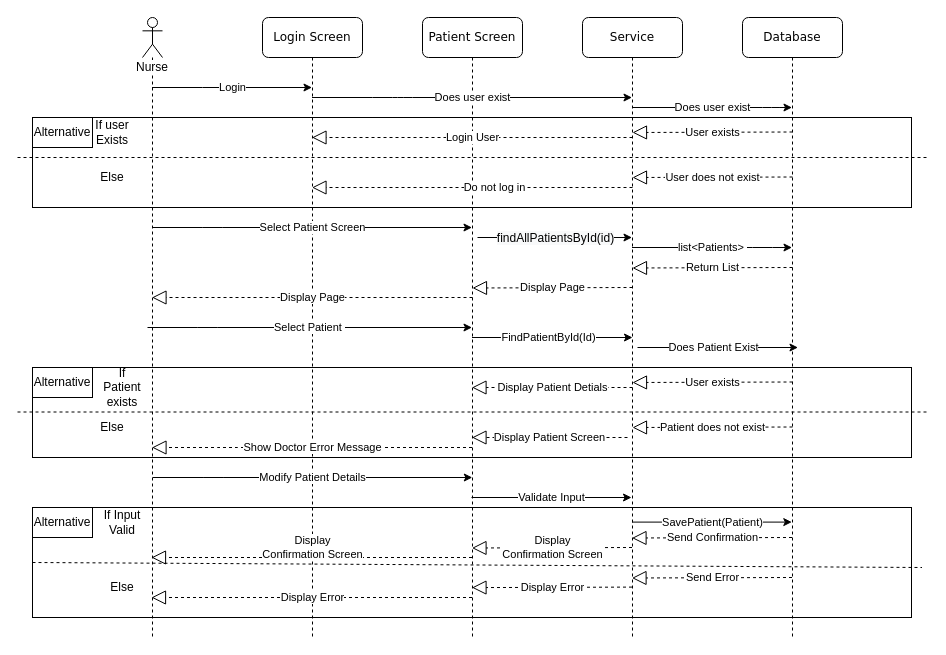
The draw.io diagram page "Modify Patient Record" (2 of 5) of Sequence/Nurse Sequence Diagram.drawio in mattdear/circle-lab-project, before the edit. Source tidied: cells renumbered, new cells numbered last; positions are measured from the earlier drawing's top-left corner, leaving out a move shared by most shapes. Both pictures are drawn from the tidied source at 100%, with x=0, y=0 at pixel (17, 17).
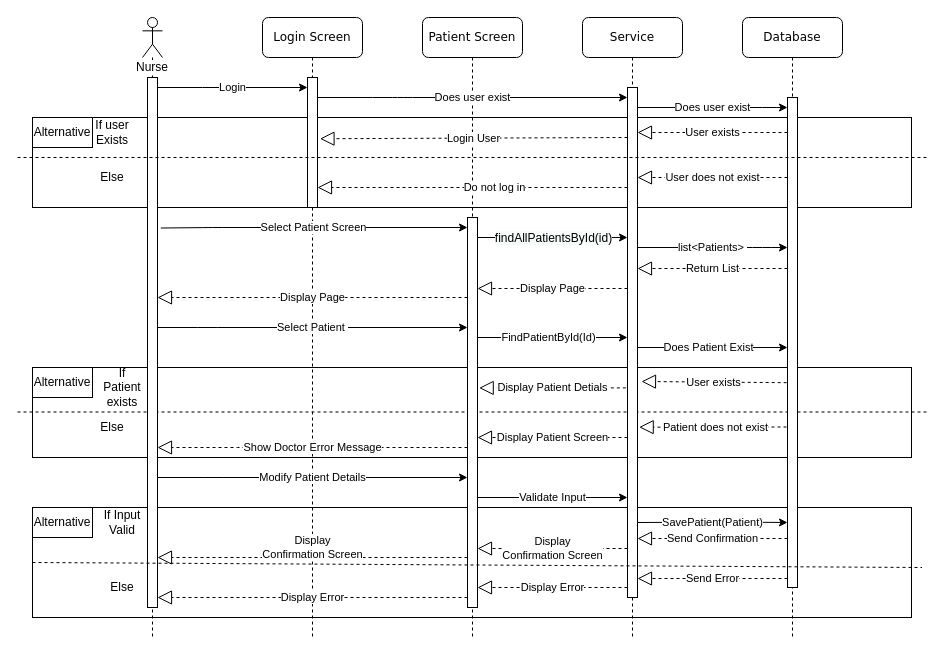
The same page after the edit.

Unchanged cells that the change refers to:
```xml
<mxCell id="12" value="Patient Screen" style="shape=umlLifeline;perimeter=lifelinePerimeter;whiteSpace=wrap;html=1;outlineConnect=0;rounded=1;shadow=0;comic=0;labelBackgroundColor=none;strokeWidth=1;fontFamily=Verdana;fontSize=12;align=center;" parent="1" vertex="1">
  <mxGeometry x="405" width="100" height="620" as="geometry" />
</mxCell>
<mxCell id="13" value="Nurse" style="shape=umlLifeline;participant=umlActor;perimeter=lifelinePerimeter;whiteSpace=wrap;html=1;verticalAlign=top;spacingTop=36;labelBackgroundColor=#ffffff;outlineConnect=0;" parent="1" vertex="1">
  <mxGeometry x="125" width="20" height="620" as="geometry" />
</mxCell>
<mxCell id="14" value="Login Screen" style="shape=umlLifeline;perimeter=lifelinePerimeter;whiteSpace=wrap;html=1;outlineConnect=0;rounded=1;shadow=0;comic=0;labelBackgroundColor=none;strokeWidth=1;fontFamily=Verdana;fontSize=12;align=center;" parent="1" vertex="1">
  <mxGeometry x="245" width="100" height="620" as="geometry" />
</mxCell>
<mxCell id="15" value="Service" style="shape=umlLifeline;perimeter=lifelinePerimeter;whiteSpace=wrap;html=1;outlineConnect=0;rounded=1;shadow=0;comic=0;labelBackgroundColor=none;strokeWidth=1;fontFamily=Verdana;fontSize=12;align=center;" parent="1" vertex="1">
  <mxGeometry x="565" width="100" height="620" as="geometry" />
</mxCell>
<mxCell id="16" value="Database" style="shape=umlLifeline;perimeter=lifelinePerimeter;whiteSpace=wrap;html=1;outlineConnect=0;rounded=1;shadow=0;comic=0;labelBackgroundColor=none;strokeWidth=1;fontFamily=Verdana;fontSize=12;align=center;" parent="1" vertex="1">
  <mxGeometry x="725" width="100" height="620" as="geometry" />
</mxCell>
```

The edit, as a diff of the source:
```diff
@@
-    <mxCell id="3" value="User exists" style="endArrow=block;dashed=1;endFill=0;endSize=12;html=1;" parent="1" edge="1">
+    <mxCell id="3" value="User exists" style="endArrow=block;dashed=1;endFill=0;endSize=12;html=1;exitX=-0.083;exitY=0.582;exitDx=0;exitDy=0;exitPerimeter=0;" parent="1" edge="1" source="57">
       <mxGeometry relative="1" as="geometry">
-        <mxPoint x="775" y="364.5" as="sourcePoint" />
-        <mxPoint x="615" y="365" as="targetPoint" />
+        <mxPoint x="624" y="364" as="targetPoint" />
       </mxGeometry>
     </mxCell>
@@
-    <mxCell id="6" value="Display Patient Detials" style="endArrow=block;dashed=1;endFill=0;endSize=12;html=1;" parent="1" edge="1" target="12">
-      <mxGeometry relative="1" as="geometry">
-        <mxPoint x="615" y="370" as="sourcePoint" />
-      </mxGeometry>
+    <mxCell id="6" value="Display Patient Detials" style="endArrow=block;dashed=1;endFill=0;endSize=12;html=1;entryX=1.167;entryY=0.437;entryDx=0;entryDy=0;entryPerimeter=0;exitX=-0.167;exitY=0.589;exitDx=0;exitDy=0;exitPerimeter=0;" parent="1" edge="1" source="56" target="53">
+      <mxGeometry relative="1" as="geometry" />
     </mxCell>
@@
-    <mxCell id="9" value="Patient does not exist" style="endArrow=block;dashed=1;endFill=0;endSize=12;html=1;" parent="1" edge="1">
+    <mxCell id="9" value="Patient does not exist" style="endArrow=block;dashed=1;endFill=0;endSize=12;html=1;entryX=1.167;entryY=0.666;entryDx=0;entryDy=0;entryPerimeter=0;" parent="1" edge="1" target="56">
       <mxGeometry relative="1" as="geometry">
         <mxPoint x="775" y="409.5" as="sourcePoint" />
-        <mxPoint x="615" y="410" as="targetPoint" />
       </mxGeometry>
     </mxCell>
@@
+    <mxCell id="53" style="html=1;points=[];perimeter=orthogonalPerimeter;fillColor=#ffffff;" parent="12" vertex="1">
+      <mxGeometry x="45" y="200" width="10" height="390" as="geometry" />
+    </mxCell>
@@
+    <mxCell id="54" style="html=1;points=[];perimeter=orthogonalPerimeter;fillColor=#ffffff;" parent="13" vertex="1">
+      <mxGeometry x="5" y="60" width="10" height="530" as="geometry" />
+    </mxCell>
@@
+    <mxCell id="55" style="html=1;points=[];perimeter=orthogonalPerimeter;fillColor=#ffffff;" parent="14" vertex="1">
+      <mxGeometry x="45" y="60" width="10" height="130" as="geometry" />
+    </mxCell>
@@
+    <mxCell id="56" style="html=1;points=[];perimeter=orthogonalPerimeter;fillColor=#ffffff;" parent="15" vertex="1">
+      <mxGeometry x="45" y="70" width="10" height="510" as="geometry" />
+    </mxCell>
@@
+    <mxCell id="57" style="html=1;points=[];perimeter=orthogonalPerimeter;fillColor=#ffffff;" parent="16" vertex="1">
+      <mxGeometry x="45" y="80" width="10" height="490" as="geometry" />
+    </mxCell>
-    <mxCell id="17" value="Login" style="endArrow=classic;html=1;" parent="1" edge="1" source="13" target="14">
+    <mxCell id="17" value="Login" style="endArrow=classic;html=1;" parent="1" edge="1">
       <mxGeometry relative="1" as="geometry">
+        <mxPoint x="140" y="70" as="sourcePoint" />
+        <mxPoint x="290" y="70" as="targetPoint" />
         <Array as="points">
           <mxPoint x="195" y="70" />
         </Array>
       </mxGeometry>
     </mxCell>
-    <mxCell id="18" value="Does user exist" style="endArrow=classic;html=1;" parent="1" edge="1" source="14" target="15">
+    <mxCell id="18" value="Does user exist" style="endArrow=classic;html=1;" parent="1" edge="1">
       <mxGeometry relative="1" as="geometry">
+        <mxPoint x="300" y="80" as="sourcePoint" />
+        <mxPoint x="610" y="80" as="targetPoint" />
         <Array as="points">
           <mxPoint x="365" y="80" />
           <mxPoint x="385" y="80" />
         </Array>
       </mxGeometry>
     </mxCell>
-    <mxCell id="19" value="Does user exist" style="endArrow=classic;html=1;" parent="1" edge="1" source="15" target="16">
+    <mxCell id="19" value="Does user exist" style="endArrow=classic;html=1;" parent="1" edge="1">
       <mxGeometry relative="1" as="geometry">
+        <mxPoint x="620" y="90" as="sourcePoint" />
+        <mxPoint x="770" y="90" as="targetPoint" />
         <Array as="points">
           <mxPoint x="715" y="90" />
           <mxPoint x="755" y="90" />
         </Array>
       </mxGeometry>
     </mxCell>
     <mxCell id="20" value="User exists" style="endArrow=block;dashed=1;endFill=0;endSize=12;html=1;" parent="1" edge="1">
       <mxGeometry relative="1" as="geometry">
-        <mxPoint x="775" y="114.5" as="sourcePoint" />
-        <mxPoint x="615" y="115" as="targetPoint" />
+        <mxPoint x="770" y="115" as="sourcePoint" />
+        <mxPoint x="620" y="115" as="targetPoint" />
       </mxGeometry>
     </mxCell>
@@
-    <mxCell id="23" value="Login User" style="endArrow=block;dashed=1;endFill=0;endSize=12;html=1;" parent="1" edge="1" target="14">
+    <mxCell id="23" value="Login User" style="endArrow=block;dashed=1;endFill=0;endSize=12;html=1;entryX=1.25;entryY=0.471;entryDx=0;entryDy=0;entryPerimeter=0;" parent="1" edge="1" target="55">
       <mxGeometry relative="1" as="geometry">
-        <mxPoint x="615" y="120" as="sourcePoint" />
+        <mxPoint x="610" y="120" as="sourcePoint" />
       </mxGeometry>
     </mxCell>
@@
     <mxCell id="26" value="User does not exist" style="endArrow=block;dashed=1;endFill=0;endSize=12;html=1;" parent="1" edge="1">
       <mxGeometry relative="1" as="geometry">
-        <mxPoint x="775" y="159.5" as="sourcePoint" />
-        <mxPoint x="615" y="160" as="targetPoint" />
+        <mxPoint x="770" y="160" as="sourcePoint" />
+        <mxPoint x="620" y="160" as="targetPoint" />
       </mxGeometry>
     </mxCell>
-    <mxCell id="27" value="Do not log in" style="endArrow=block;dashed=1;endFill=0;endSize=12;html=1;" parent="1" edge="1" target="14">
+    <mxCell id="27" value="Do not log in" style="endArrow=block;dashed=1;endFill=0;endSize=12;html=1;" parent="1" edge="1">
       <mxGeometry x="-0.14" relative="1" as="geometry">
-        <mxPoint x="615" y="170" as="sourcePoint" />
+        <mxPoint x="610" y="170" as="sourcePoint" />
+        <mxPoint x="300" y="170" as="targetPoint" />
       </mxGeometry>
     </mxCell>
-    <mxCell id="28" value="Select Patient Screen" style="endArrow=classic;html=1;" parent="1" edge="1" target="12">
+    <mxCell id="28" value="Select Patient Screen" style="endArrow=classic;html=1;exitX=1.333;exitY=0.284;exitDx=0;exitDy=0;exitPerimeter=0;" parent="1" edge="1" source="54">
       <mxGeometry relative="1" as="geometry">
-        <mxPoint x="135" y="210" as="sourcePoint" />
+        <mxPoint x="450" y="210" as="targetPoint" />
         <Array as="points">
           <mxPoint x="195.3" y="210" />
         </Array>
       </mxGeometry>
     </mxCell>
-    <mxCell id="29" style="endArrow=classic;html=1;" parent="1" edge="1" target="15">
+    <mxCell id="29" style="endArrow=classic;html=1;" parent="1" edge="1">
       <mxGeometry relative="1" as="geometry">
         <mxPoint x="460" y="220" as="sourcePoint" />
+        <mxPoint x="610" y="220" as="targetPoint" />
         <Array as="points">
           <mxPoint x="460" y="220" />
         </Array>
       </mxGeometry>
     </mxCell>
@@
-    <mxCell id="31" value="list&amp;lt;Patients&amp;gt;&amp;nbsp;" style="endArrow=classic;html=1;" parent="1" edge="1" source="15" target="16">
+    <mxCell id="31" value="list&amp;lt;Patients&amp;gt;&amp;nbsp;" style="endArrow=classic;html=1;" parent="1" edge="1">
       <mxGeometry relative="1" as="geometry">
+        <mxPoint x="620" y="230" as="sourcePoint" />
+        <mxPoint x="770" y="230" as="targetPoint" />
         <Array as="points">
           <mxPoint x="745" y="230" />
         </Array>
       </mxGeometry>
     </mxCell>
     <mxCell id="32" value="Return List" style="endArrow=block;dashed=1;endFill=0;endSize=12;html=1;" parent="1" edge="1">
       <mxGeometry relative="1" as="geometry">
-        <mxPoint x="775" y="250" as="sourcePoint" />
-        <mxPoint x="615" y="250.5" as="targetPoint" />
+        <mxPoint x="770" y="251" as="sourcePoint" />
+        <mxPoint x="620" y="251" as="targetPoint" />
       </mxGeometry>
     </mxCell>
     <mxCell id="33" value="Display Page" style="endArrow=block;dashed=1;endFill=0;endSize=12;html=1;" parent="1" edge="1">
       <mxGeometry relative="1" as="geometry">
-        <mxPoint x="615" y="270" as="sourcePoint" />
-        <mxPoint x="455" y="270.5" as="targetPoint" />
+        <mxPoint x="610" y="271" as="sourcePoint" />
+        <mxPoint x="460" y="271" as="targetPoint" />
       </mxGeometry>
     </mxCell>
-    <mxCell id="34" value="Display Page" style="endArrow=block;dashed=1;endFill=0;endSize=12;html=1;" parent="1" edge="1" target="13">
+    <mxCell id="34" value="Display Page" style="endArrow=block;dashed=1;endFill=0;endSize=12;html=1;" parent="1" edge="1">
       <mxGeometry relative="1" as="geometry">
-        <mxPoint x="455" y="280" as="sourcePoint" />
+        <mxPoint x="450" y="280" as="sourcePoint" />
+        <mxPoint x="140" y="280" as="targetPoint" />
       </mxGeometry>
     </mxCell>
     <mxCell id="35" value="Modify Patient Details" style="endArrow=classic;html=1;" parent="1" edge="1">
       <mxGeometry relative="1" as="geometry">
-        <mxPoint x="135.2" y="460" as="sourcePoint" />
-        <mxPoint x="454.8" y="460" as="targetPoint" />
+        <mxPoint x="140" y="460" as="sourcePoint" />
+        <mxPoint x="450" y="460" as="targetPoint" />
         <Array as="points">
           <mxPoint x="195.6" y="460" />
         </Array>
       </mxGeometry>
     </mxCell>
     <mxCell id="36" value="Validate Input" style="endArrow=classic;html=1;" parent="1" edge="1">
       <mxGeometry relative="1" as="geometry">
-        <mxPoint x="454" y="480" as="sourcePoint" />
-        <mxPoint x="614" y="480" as="targetPoint" />
+        <mxPoint x="460" y="480" as="sourcePoint" />
+        <mxPoint x="610" y="480" as="targetPoint" />
         <Array as="points">
           <mxPoint x="554.5" y="480" />
         </Array>
       </mxGeometry>
     </mxCell>
@@
     <mxCell id="39" value="SavePatient(Patient)" style="endArrow=classic;html=1;" parent="1" edge="1">
       <mxGeometry relative="1" as="geometry">
-        <mxPoint x="614.5" y="504.6" as="sourcePoint" />
-        <mxPoint x="774.3" y="504.6" as="targetPoint" />
+        <mxPoint x="620" y="505" as="sourcePoint" />
+        <mxPoint x="770" y="505" as="targetPoint" />
         <Array as="points">
           <mxPoint x="714.8" y="504.6" />
         </Array>
       </mxGeometry>
     </mxCell>
     <mxCell id="40" value="Send Confirmation" style="endArrow=block;dashed=1;endFill=0;endSize=12;html=1;" parent="1" edge="1">
       <mxGeometry relative="1" as="geometry">
-        <mxPoint x="774.5" y="520" as="sourcePoint" />
-        <mxPoint x="614.5" y="520.5" as="targetPoint" />
+        <mxPoint x="770" y="521" as="sourcePoint" />
+        <mxPoint x="620" y="521" as="targetPoint" />
       </mxGeometry>
     </mxCell>
     <mxCell id="41" value="Display &lt;br&gt;Confirmation Screen" style="endArrow=block;dashed=1;endFill=0;endSize=12;html=1;" parent="1" edge="1">
       <mxGeometry relative="1" as="geometry">
-        <mxPoint x="614.5" y="530" as="sourcePoint" />
-        <mxPoint x="454.5" y="530.5" as="targetPoint" />
+        <mxPoint x="610" y="531" as="sourcePoint" />
+        <mxPoint x="460" y="531" as="targetPoint" />
       </mxGeometry>
     </mxCell>
     <mxCell id="42" value="Display &lt;br&gt;Confirmation Screen" style="endArrow=block;dashed=1;endFill=0;endSize=12;html=1;" parent="1" edge="1">
       <mxGeometry y="-10" relative="1" as="geometry">
-        <mxPoint x="454.5" y="540" as="sourcePoint" />
-        <mxPoint x="134" y="540" as="targetPoint" />
+        <mxPoint x="450" y="540" as="sourcePoint" />
+        <mxPoint x="140" y="540" as="targetPoint" />
         <Array as="points">
           <mxPoint x="374.5" y="540" />
         </Array>
       </mxGeometry>
     </mxCell>
@@
     <mxCell id="45" value="Send Error" style="endArrow=block;dashed=1;endFill=0;endSize=12;html=1;" parent="1" edge="1">
       <mxGeometry relative="1" as="geometry">
-        <mxPoint x="774.5" y="560" as="sourcePoint" />
-        <mxPoint x="614.5" y="560.5" as="targetPoint" />
+        <mxPoint x="770" y="561" as="sourcePoint" />
+        <mxPoint x="620" y="561" as="targetPoint" />
       </mxGeometry>
     </mxCell>
     <mxCell id="46" value="Display Error" style="endArrow=block;dashed=1;endFill=0;endSize=12;html=1;" parent="1" edge="1">
       <mxGeometry relative="1" as="geometry">
-        <mxPoint x="614.5" y="569.6" as="sourcePoint" />
-        <mxPoint x="454.5" y="570.1" as="targetPoint" />
+        <mxPoint x="610" y="570" as="sourcePoint" />
+        <mxPoint x="460" y="570" as="targetPoint" />
       </mxGeometry>
     </mxCell>
     <mxCell id="47" value="Display Error" style="endArrow=block;dashed=1;endFill=0;endSize=12;html=1;" parent="1" edge="1">
       <mxGeometry relative="1" as="geometry">
-        <mxPoint x="454.5" y="580" as="sourcePoint" />
-        <mxPoint x="134" y="580" as="targetPoint" />
+        <mxPoint x="450" y="580" as="sourcePoint" />
+        <mxPoint x="140" y="580" as="targetPoint" />
       </mxGeometry>
     </mxCell>
-    <mxCell id="48" value="Select Patient&amp;nbsp;" style="endArrow=classic;html=1;" parent="1" edge="1" target="12">
+    <mxCell id="48" value="Select Patient&amp;nbsp;" style="endArrow=classic;html=1;" parent="1" edge="1">
       <mxGeometry relative="1" as="geometry">
-        <mxPoint x="130" y="310" as="sourcePoint" />
+        <mxPoint x="140" y="310" as="sourcePoint" />
+        <mxPoint x="450" y="310" as="targetPoint" />
         <Array as="points">
           <mxPoint x="190.3" y="310" />
         </Array>
       </mxGeometry>
     </mxCell>
-    <mxCell id="49" value="FindPatientById(Id)" style="endArrow=classic;html=1;" parent="1" edge="1" source="12" target="15">
+    <mxCell id="49" value="FindPatientById(Id)" style="endArrow=classic;html=1;" parent="1" edge="1">
       <mxGeometry x="-0.06" relative="1" as="geometry">
-        <Array as="points">
-          <mxPoint x="455" y="320" />
-          <mxPoint x="615" y="320" />
-        </Array>
+        <mxPoint x="460" y="320" as="sourcePoint" />
+        <mxPoint x="610" y="320" as="targetPoint" />
       </mxGeometry>
     </mxCell>
     <mxCell id="50" value="Does Patient Exist" style="endArrow=classic;html=1;" parent="1" edge="1">
       <mxGeometry x="-0.06" relative="1" as="geometry">
         <mxPoint x="620" y="330" as="sourcePoint" />
-        <mxPoint x="780" y="330" as="targetPoint" />
+        <mxPoint x="770" y="330" as="targetPoint" />
         <Array as="points">
           <mxPoint x="620.5" y="330" />
-          <mxPoint x="780.5" y="330" />
         </Array>
       </mxGeometry>
     </mxCell>
-    <mxCell id="51" value="Display Patient Screen" style="endArrow=block;dashed=1;endFill=0;endSize=12;html=1;" parent="1" edge="1" target="12">
+    <mxCell id="51" value="Display Patient Screen" style="endArrow=block;dashed=1;endFill=0;endSize=12;html=1;" parent="1" edge="1">
       <mxGeometry relative="1" as="geometry">
         <mxPoint x="610" y="420" as="sourcePoint" />
+        <mxPoint x="460" y="420" as="targetPoint" />
       </mxGeometry>
     </mxCell>
-    <mxCell id="52" value="Show Doctor Error Message" style="endArrow=block;dashed=1;endFill=0;endSize=12;html=1;" parent="1" edge="1" source="12" target="13">
+    <mxCell id="52" value="Show Doctor Error Message" style="endArrow=block;dashed=1;endFill=0;endSize=12;html=1;" parent="1" edge="1">
       <mxGeometry relative="1" as="geometry">
+        <mxPoint x="450" y="430" as="sourcePoint" />
+        <mxPoint x="140" y="430" as="targetPoint" />
         <Array as="points">
           <mxPoint x="210" y="430" />
         </Array>
       </mxGeometry>
     </mxCell>
```
